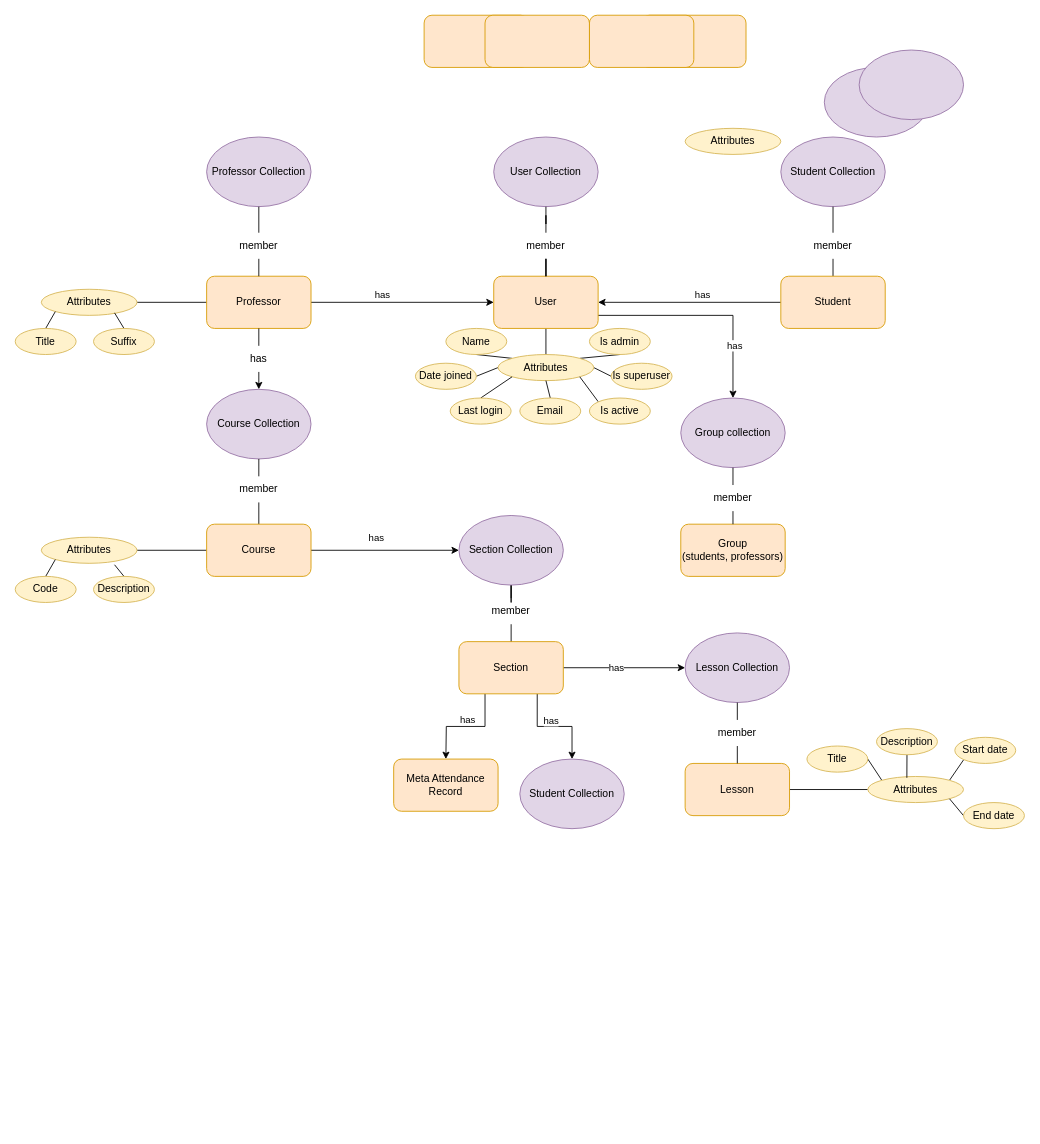
This is ClassManager_Ontology.drawio from haasr/ia-diagrams, a draw.io file, before an edit. Source tidied: cells renumbered, new cells numbered last; positions are measured from the earlier drawing's top-left corner, leaving out a move shared by most shapes. Both pictures are drawn from the tidied source at 87%, with x=0, y=0 at pixel (15, 15).
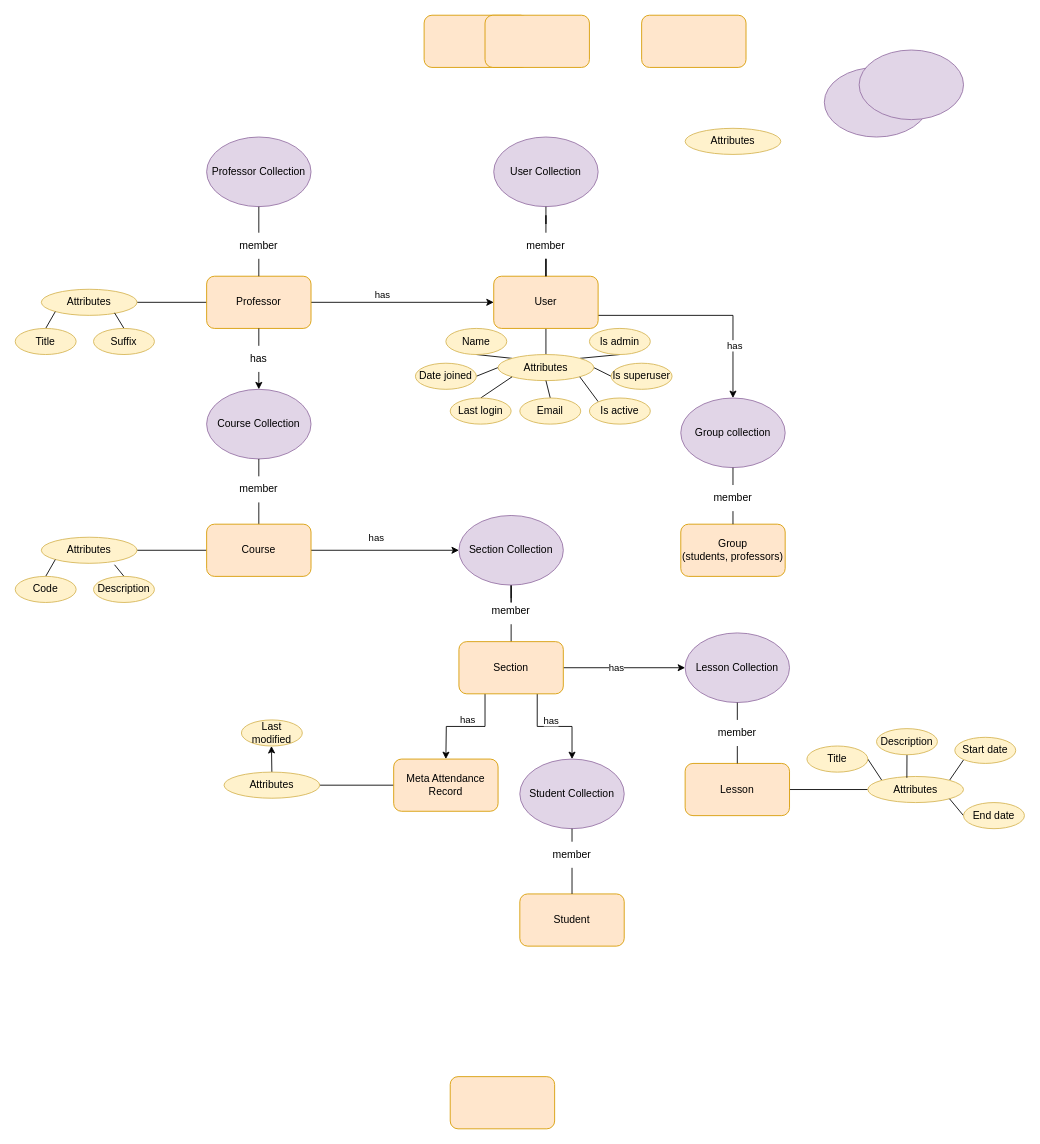
The same page after the edit.

The change refers to these unchanged cells:
```xml
<mxCell id="36" value="User" style="rounded=1;whiteSpace=wrap;html=1;fillColor=#ffe6cc;strokeColor=#d79b00;" parent="1" vertex="1">
  <mxGeometry x="550" y="300" width="120" height="60" as="geometry" />
</mxCell>
<mxCell id="99" value="Student Collection" style="ellipse;whiteSpace=wrap;html=1;fillColor=#e1d5e7;strokeColor=#9673a6;" parent="1" vertex="1">
  <mxGeometry x="580" y="855" width="120" height="80" as="geometry" />
</mxCell>
<mxCell id="100" value="Meta Attendance Record" style="rounded=1;whiteSpace=wrap;html=1;fillColor=#ffe6cc;strokeColor=#d79b00;" parent="1" vertex="1">
  <mxGeometry x="435" y="855" width="120" height="60" as="geometry" />
</mxCell>
```

What changed in the source:
```diff
@@
     <mxCell id="38" style="rounded=1;whiteSpace=wrap;html=1;fillColor=#ffe6cc;strokeColor=#d79b00;" parent="1" vertex="1">
-      <mxGeometry x="660" width="120" height="60" as="geometry" />
+      <mxGeometry x="500" y="1220" width="120" height="60" as="geometry" />
     </mxCell>
@@
-    <mxCell id="51" style="edgeStyle=orthogonalEdgeStyle;rounded=0;jettySize=auto;html=1;exitX=0.5;exitY=1;exitDx=0;exitDy=0;entryX=0.5;entryY=0;entryDx=0;entryDy=0;endArrow=none;endFill=0;startArrow=none;" parent="1" edge="1" source="57" target="55">
-      <mxGeometry relative="1" as="geometry" />
-    </mxCell>
-    <mxCell id="52" value="Student Collection" style="ellipse;whiteSpace=wrap;html=1;fillColor=#e1d5e7;strokeColor=#9673a6;" parent="1" vertex="1">
-      <mxGeometry x="880" y="140" width="120" height="80" as="geometry" />
-    </mxCell>
-    <mxCell id="53" style="edgeStyle=orthogonalEdgeStyle;rounded=0;jettySize=auto;html=1;exitX=0;exitY=0.5;exitDx=0;exitDy=0;entryX=1;entryY=0.5;entryDx=0;entryDy=0;" parent="1" edge="1" source="55" target="36">
-      <mxGeometry relative="1" as="geometry" />
-    </mxCell>
-    <mxCell id="54" value="has" style="edgeLabel;html=1;align=center;verticalAlign=middle;" parent="53" vertex="1">
-      <mxGeometry x="-0.13" y="-3" relative="1" as="geometry">
-        <mxPoint y="-7" as="offset" />
-      </mxGeometry>
-    </mxCell>
     <mxCell id="55" value="Student" style="rounded=1;whiteSpace=wrap;html=1;fillColor=#ffe6cc;strokeColor=#d79b00;" parent="1" vertex="1">
-      <mxGeometry x="880" y="300" width="120" height="60" as="geometry" />
+      <mxGeometry x="580" y="1010" width="120" height="60" as="geometry" />
     </mxCell>
-    <mxCell id="56" style="edgeStyle=orthogonalEdgeStyle;rounded=0;jettySize=auto;html=1;exitX=0.5;exitY=1;exitDx=0;exitDy=0;entryX=0.5;entryY=0;entryDx=0;entryDy=0;endArrow=none;endFill=0;" parent="1" edge="1" source="52" target="57">
-      <mxGeometry relative="1" as="geometry" />
-    </mxCell>
-    <mxCell id="57" value="member" style="text;html=1;strokeColor=none;fillColor=none;align=center;verticalAlign=middle;whiteSpace=wrap;rounded=0;" parent="1" vertex="1">
-      <mxGeometry x="910" y="250" width="60" height="30" as="geometry" />
-    </mxCell>
@@
+    <mxCell id="51" style="edgeStyle=orthogonalEdgeStyle;rounded=0;jettySize=auto;html=1;exitX=0.5;exitY=1;exitDx=0;exitDy=0;entryX=0.5;entryY=0;entryDx=0;entryDy=0;startArrow=none;endArrow=none;endFill=0;" parent="1" edge="1" source="57" target="55">
+      <mxGeometry relative="1" as="geometry" />
+    </mxCell>
@@
+    <mxCell id="101" style="edgeStyle=orthogonalEdgeStyle;rounded=0;jettySize=auto;html=1;exitX=0;exitY=0.5;exitDx=0;exitDy=0;entryX=1;entryY=0.5;entryDx=0;entryDy=0;endArrow=none;endFill=0;" parent="1" edge="1" source="100" target="103">
+      <mxGeometry relative="1" as="geometry" />
+    </mxCell>
@@
+    <mxCell id="102" style="edgeStyle=orthogonalEdgeStyle;rounded=0;jettySize=auto;html=1;exitX=0.5;exitY=0;exitDx=0;exitDy=0;" parent="1" edge="1" source="103">
+      <mxGeometry relative="1" as="geometry">
+        <mxPoint x="294.5" y="840" as="targetPoint" />
+      </mxGeometry>
+    </mxCell>
+    <mxCell id="103" value="Attributes" style="ellipse;whiteSpace=wrap;html=1;fillColor=#fff2cc;strokeColor=#d6b656;" parent="1" vertex="1">
+      <mxGeometry x="240" y="870" width="110" height="30" as="geometry" />
+    </mxCell>
+    <mxCell id="104" value="Last modified" style="ellipse;whiteSpace=wrap;html=1;fillColor=#fff2cc;strokeColor=#d6b656;" parent="1" vertex="1">
+      <mxGeometry x="260" y="810" width="70" height="30" as="geometry" />
+    </mxCell>
+    <mxCell id="105" style="edgeStyle=orthogonalEdgeStyle;rounded=0;jettySize=auto;html=1;exitX=0.5;exitY=1;exitDx=0;exitDy=0;entryX=0.5;entryY=0;entryDx=0;entryDy=0;endArrow=none;" parent="1" edge="1" source="99" target="57">
+      <mxGeometry relative="1" as="geometry" />
+    </mxCell>
+    <mxCell id="57" value="member" style="text;html=1;strokeColor=none;fillColor=none;align=center;verticalAlign=middle;whiteSpace=wrap;rounded=0;" parent="1" vertex="1">
+      <mxGeometry x="610" y="950" width="60" height="30" as="geometry" />
+    </mxCell>
```
